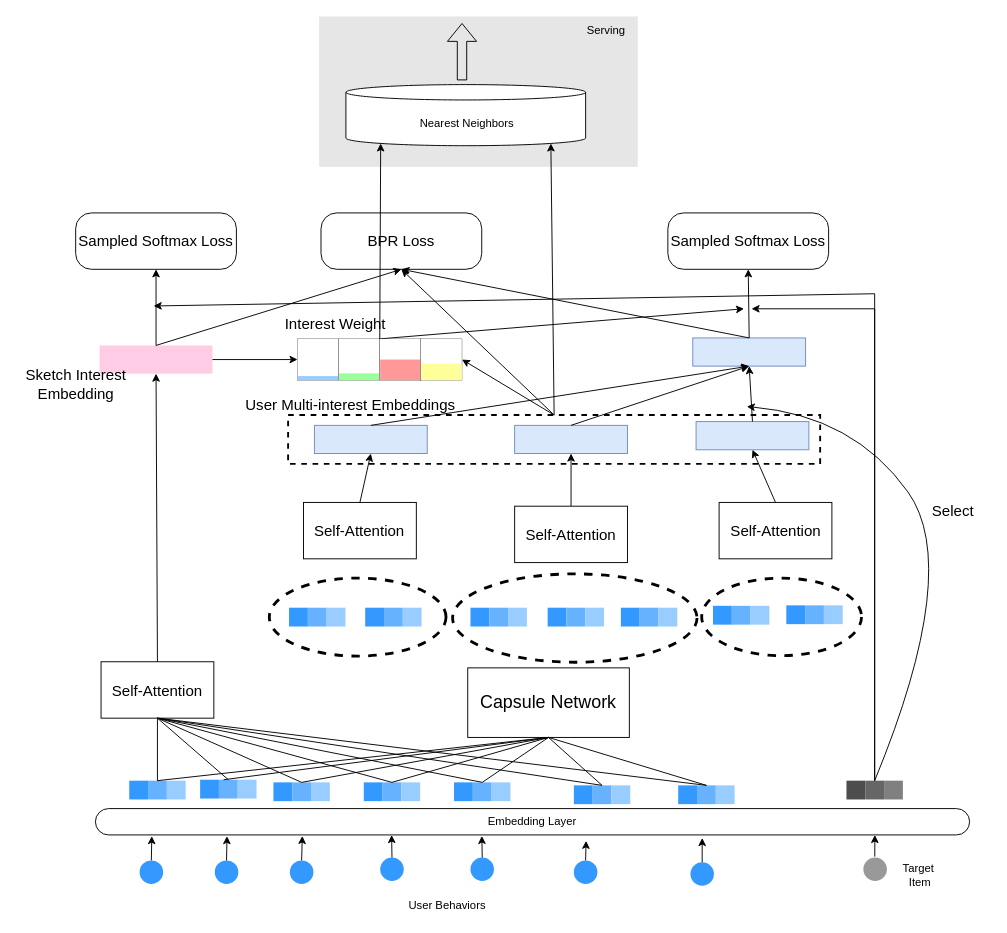
Before: 模型结构图.drawio in Alex-Wang3/draw.io-file, a draw.io diagram. Source tidied: cells renumbered, new cells numbered last; positions are measured from the earlier drawing's top-left corner, leaving out a move shared by most shapes. Both pictures are drawn from the tidied source at 94%, with x=0, y=0 at pixel (16, -69).
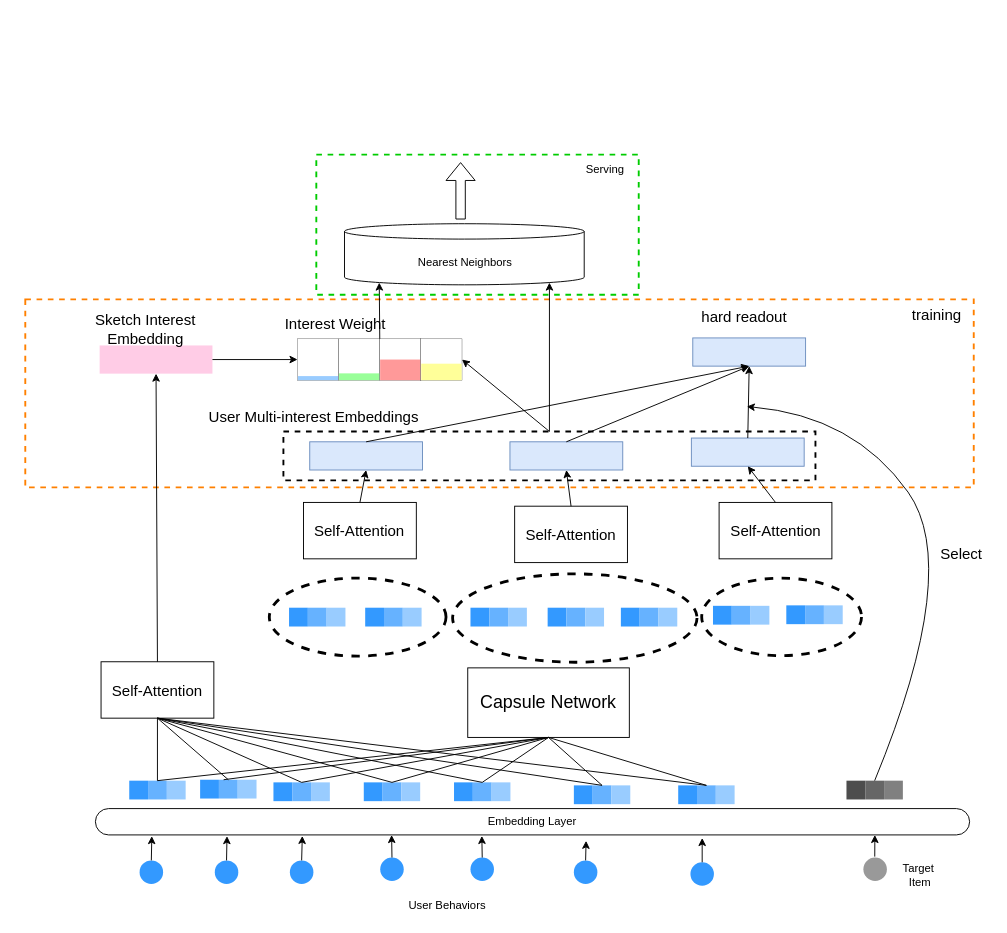
The same page after the edit.

Commit message (it also covers changes not shown here):
更新模型结构图.drawio

Unchanged cells that the change refers to:
```xml
<mxCell id="35" style="whiteSpace=wrap;html=1;fillColor=#666666;strokeColor=none;" parent="33" vertex="1">
  <mxGeometry x="20" width="20" height="20" as="geometry" />
</mxCell>
<mxCell id="111" style="rounded=0;whiteSpace=wrap;html=1;fillColor=#dae8fc;strokeColor=#6c8ebf;direction=west;flipH=0;flipV=1;" parent="1" vertex="1">
  <mxGeometry x="719.5" y="432" width="120" height="30" as="geometry" />
</mxCell>
<mxCell id="128" style="rounded=0;whiteSpace=wrap;html=1;fillColor=#FFCCE6;fontColor=#ffffff;strokeColor=none;direction=west;flipH=0;flipV=1;" parent="1" vertex="1">
  <mxGeometry x="88.5" y="440" width="120" height="30" as="geometry" />
</mxCell>
<mxCell id="150" style="rounded=0;whiteSpace=wrap;html=1;strokeWidth=0.3;strokeColor=default;" parent="149" vertex="1">
  <mxGeometry width="43.8" height="44" as="geometry" />
</mxCell>
```

What changed in the source:
```diff
@@
+    <mxCell id="157" style="rounded=0;whiteSpace=wrap;html=1;dashed=1;strokeWidth=2;fillColor=none;strokeColor=#FF8000;" parent="1" vertex="1">
+      <mxGeometry x="9.4" y="391" width="1009" height="200" as="geometry" />
+    </mxCell>
     <mxCell id="2" style="group;" parent="1" vertex="1">
-      <mxGeometry x="322" y="90" width="339" height="160" as="geometry" />
+      <mxGeometry x="320.5" y="238" width="339" height="160" as="geometry" />
     </mxCell>
-    <mxCell id="3" style="rounded=0;whiteSpace=wrap;html=1;rotation=90;fillColor=#E6E6E6;strokeColor=none;" parent="2" vertex="1">
-      <mxGeometry x="89.5" y="-89.5" width="160" height="339" as="geometry" />
-    </mxCell>
@@
     <mxCell id="92" style="rounded=0;whiteSpace=wrap;html=1;fillColor=#dae8fc;strokeColor=#6c8ebf;direction=west;flipH=0;flipV=1;" parent="1" vertex="1">
-      <mxGeometry x="723" y="521" width="120" height="30" as="geometry" />
+      <mxGeometry x="718" y="538.5" width="120" height="30" as="geometry" />
     </mxCell>
     <mxCell id="93" style="rounded=0;whiteSpace=wrap;html=1;fillColor=#dae8fc;strokeColor=#6c8ebf;direction=west;flipH=0;flipV=1;" parent="1" vertex="1">
-      <mxGeometry x="317" y="525" width="120" height="30" as="geometry" />
+      <mxGeometry x="312" y="542.5" width="120" height="30" as="geometry" />
     </mxCell>
     <mxCell id="94" style="rounded=0;whiteSpace=wrap;html=1;fillColor=#dae8fc;strokeColor=#6c8ebf;direction=west;flipH=0;flipV=1;" parent="1" vertex="1">
-      <mxGeometry x="530" y="525" width="120" height="30" as="geometry" />
+      <mxGeometry x="525" y="542.5" width="120" height="30" as="geometry" />
     </mxCell>
     <mxCell id="95" value="User Multi-interest Embeddings" style="text;html=1;align=center;verticalAlign=middle;strokeColor=none;fillColor=none;fontSize=16;" parent="1" vertex="1">
-      <mxGeometry x="234" y="487.5" width="241" height="31" as="geometry" />
+      <mxGeometry x="195.4" y="500.5" width="241" height="31" as="geometry" />
     </mxCell>
@@
-    <mxCell id="107" style="endArrow=classic;html=1;rounded=0;exitX=0.5;exitY=0;exitDx=0;exitDy=0;" parent="1" edge="1" source="35">
-      <mxGeometry relative="1" as="geometry">
-        <mxPoint x="782" y="401" as="targetPoint" />
-        <Array as="points">
-          <mxPoint x="913" y="401" />
-        </Array>
-      </mxGeometry>
-    </mxCell>
@@
     <mxCell id="124" value="Select" style="text;html=1;align=center;verticalAlign=middle;strokeColor=none;fillColor=none;fontSize=16;" parent="1" vertex="1">
-      <mxGeometry x="965" y="600" width="62" height="31" as="geometry" />
+      <mxGeometry x="974" y="646" width="62" height="31" as="geometry" />
     </mxCell>
-    <mxCell id="125" style="endArrow=classic;html=1;rounded=0;exitX=0.5;exitY=1;exitDx=0;exitDy=0;entryX=0.5;entryY=1;entryDx=0;entryDy=0;" parent="1" edge="1" source="111" target="126">
-      <mxGeometry relative="1" as="geometry" />
-    </mxCell>
-    <mxCell id="126" value="Sampled Softmax Loss" style="rounded=1;whiteSpace=wrap;html=1;arcSize=28;fontSize=16;" parent="1" vertex="1">
-      <mxGeometry x="693" y="299" width="171" height="60" as="geometry" />
-    </mxCell>
     <mxCell id="127" style="rounded=0;whiteSpace=wrap;html=1;dashed=1;strokeWidth=2;fillColor=none;" parent="1" vertex="1">
-      <mxGeometry x="289" y="514" width="566" height="52" as="geometry" />
+      <mxGeometry x="284" y="531.5" width="566" height="52" as="geometry" />
     </mxCell>
@@
     <mxCell id="129" value="&lt;font style=&quot;font-size: 16px;&quot;&gt;Sketch Interest&lt;/font&gt;&lt;div style=&quot;font-size: 16px;&quot;&gt;&lt;font style=&quot;font-size: 16px;&quot;&gt;Embedding&lt;/font&gt;&lt;/div&gt;" style="text;html=1;align=center;verticalAlign=middle;strokeColor=none;fillColor=none;" parent="1" vertex="1">
-      <mxGeometry y="456" width="125" height="50" as="geometry" />
+      <mxGeometry x="74" y="398" width="125" height="50" as="geometry" />
     </mxCell>
@@
-    <mxCell id="132" style="endArrow=classic;html=1;rounded=0;exitX=0;exitY=0;exitDx=0;exitDy=0;" parent="1" edge="1" source="150">
-      <mxGeometry relative="1" as="geometry">
-        <mxPoint x="774" y="401" as="targetPoint" />
-      </mxGeometry>
-    </mxCell>
-    <mxCell id="133" style="endArrow=classic;html=1;rounded=0;exitX=0.5;exitY=1;exitDx=0;exitDy=0;entryX=0.5;entryY=1;entryDx=0;entryDy=0;" parent="1" edge="1" source="128" target="135">
-      <mxGeometry relative="1" as="geometry" />
-    </mxCell>
-    <mxCell id="134" style="endArrow=classic;html=1;rounded=0;exitX=0.5;exitY=0;exitDx=0;exitDy=0;" parent="1" edge="1" source="35">
-      <mxGeometry relative="1" as="geometry">
-        <mxPoint x="146" y="398" as="targetPoint" />
-        <Array as="points">
-          <mxPoint x="913" y="385" />
-        </Array>
-      </mxGeometry>
-    </mxCell>
-    <mxCell id="135" value="Sampled Softmax Loss" style="rounded=1;whiteSpace=wrap;html=1;arcSize=28;fontSize=16;" parent="1" vertex="1">
-      <mxGeometry x="63" y="299" width="171" height="60" as="geometry" />
-    </mxCell>
-    <mxCell id="136" value="BPR Loss" style="rounded=1;whiteSpace=wrap;html=1;arcSize=28;fontSize=16;" parent="1" vertex="1">
-      <mxGeometry x="324" y="299" width="171" height="60" as="geometry" />
-    </mxCell>
-    <mxCell id="137" style="endArrow=classic;html=1;rounded=0;entryX=0.5;entryY=1;entryDx=0;entryDy=0;exitX=0.5;exitY=1;exitDx=0;exitDy=0;" parent="1" edge="1" source="128" target="136">
-      <mxGeometry relative="1" as="geometry" />
-    </mxCell>
-    <mxCell id="138" style="endArrow=classic;html=1;rounded=0;entryX=0.5;entryY=1;entryDx=0;entryDy=0;exitX=0.5;exitY=1;exitDx=0;exitDy=0;" parent="1" edge="1" source="111" target="136">
-      <mxGeometry relative="1" as="geometry" />
-    </mxCell>
-    <mxCell id="139" style="endArrow=classic;html=1;rounded=0;exitX=0.5;exitY=0;exitDx=0;exitDy=0;entryX=0.5;entryY=1;entryDx=0;entryDy=0;" parent="1" edge="1" source="127" target="136">
-      <mxGeometry relative="1" as="geometry" />
-    </mxCell>
@@
+    <mxCell id="158" value="hard readout" style="text;html=1;align=center;verticalAlign=middle;strokeColor=none;fillColor=none;fontSize=16;" parent="1" vertex="1">
+      <mxGeometry x="719.5" y="394.5" width="109" height="31" as="geometry" />
+    </mxCell>
+    <mxCell id="159" value="training&amp;nbsp;" style="text;html=1;align=center;verticalAlign=middle;strokeColor=none;fillColor=none;fontSize=16;" parent="1" vertex="1">
+      <mxGeometry x="943.4" y="391" width="75" height="31" as="geometry" />
+    </mxCell>
+    <mxCell id="160" style="rounded=0;whiteSpace=wrap;html=1;dashed=1;strokeWidth=2;fillColor=none;strokeColor=#00CC00;" parent="1" vertex="1">
+      <mxGeometry x="319" y="237" width="343" height="149" as="geometry" />
+    </mxCell>
```
